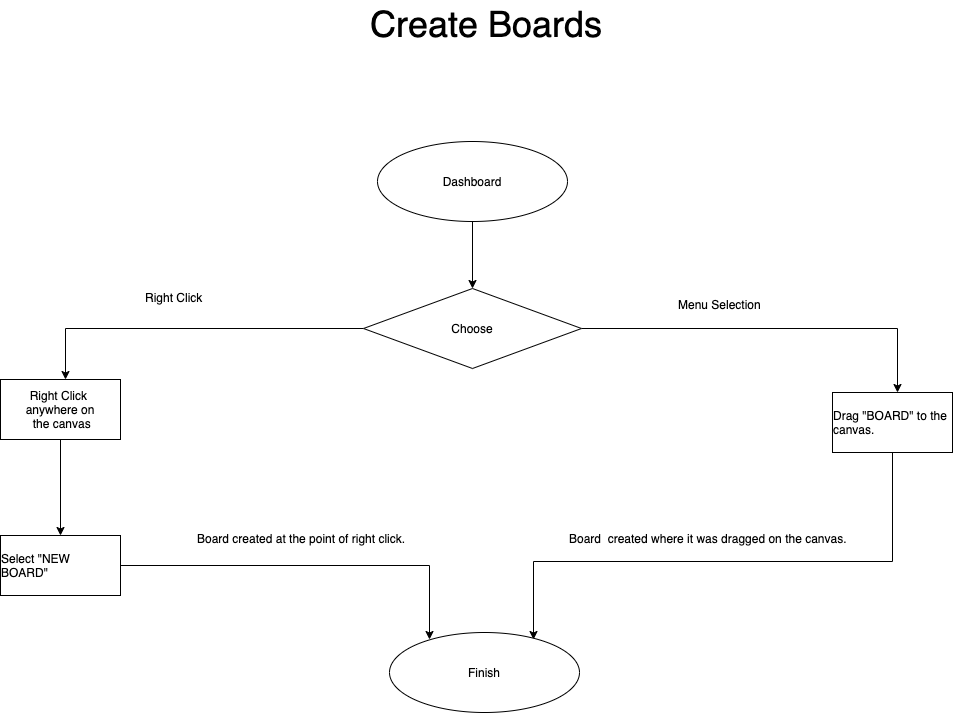
This is images/00_ideaboard/UserFlows/Create Boards.png from Tgitsit/Portfolio, a draw.io export, as it was before one commit. Source tidied: cells renumbered, new cells last; positions are measured from the earlier drawing's top-left corner, leaving out a move shared by most shapes. Source of this version:
```xml
<mxGraphModel>
  <root>
    <mxCell id="0" />
    <mxCell id="1" parent="0" />
    <mxCell id="2" style="edgeStyle=orthogonalEdgeStyle;rounded=0;jettySize=auto;html=1;entryX=0.5;entryY=0;entryDx=0;entryDy=0;" parent="1" edge="1" source="3" target="6">
      <mxGeometry relative="1" as="geometry" />
    </mxCell>
    <mxCell id="3" value="Dashboard" style="ellipse;whiteSpace=wrap;html=1;" parent="1" vertex="1">
      <mxGeometry x="377" y="141" width="190" height="80" as="geometry" />
    </mxCell>
    <mxCell id="4" style="edgeStyle=orthogonalEdgeStyle;rounded=0;jettySize=auto;html=1;" parent="1" edge="1" source="6">
      <mxGeometry relative="1" as="geometry">
        <mxPoint x="65" y="379" as="targetPoint" />
      </mxGeometry>
    </mxCell>
    <mxCell id="5" style="edgeStyle=orthogonalEdgeStyle;rounded=0;jettySize=auto;html=1;" parent="1" edge="1" source="6">
      <mxGeometry relative="1" as="geometry">
        <mxPoint x="897" y="392" as="targetPoint" />
      </mxGeometry>
    </mxCell>
    <mxCell id="6" value="Choose" style="rhombus;whiteSpace=wrap;html=1;" parent="1" vertex="1">
      <mxGeometry x="363" y="288" width="218" height="80" as="geometry" />
    </mxCell>
    <mxCell id="7" value="Right Click" style="text;html=1;align=left;verticalAlign=top;spacingTop=-4;" parent="1" vertex="1">
      <mxGeometry x="143" y="288" width="104" height="13" as="geometry" />
    </mxCell>
    <mxCell id="8" value="Menu Selection" style="text;html=1;align=left;verticalAlign=top;spacingTop=-4;" parent="1" vertex="1">
      <mxGeometry x="676" y="294.5" width="143" height="13" as="geometry" />
    </mxCell>
    <mxCell id="9" style="edgeStyle=orthogonalEdgeStyle;rounded=0;jettySize=auto;html=1;" parent="1" edge="1" source="10">
      <mxGeometry relative="1" as="geometry">
        <mxPoint x="60" y="535" as="targetPoint" />
      </mxGeometry>
    </mxCell>
    <mxCell id="10" value="&lt;span style=&quot;text-align: left&quot;&gt;Right Click&amp;nbsp;&lt;/span&gt;&lt;br style=&quot;text-align: left&quot;&gt;&lt;span style=&quot;text-align: left&quot;&gt;anywhere on&lt;/span&gt;&lt;br style=&quot;text-align: left&quot;&gt;&lt;span style=&quot;text-align: left&quot;&gt;&amp;nbsp;the canvas&lt;/span&gt;" style="rounded=0;whiteSpace=wrap;html=1;" parent="1" vertex="1">
      <mxGeometry y="379" width="120" height="60" as="geometry" />
    </mxCell>
    <mxCell id="11" style="edgeStyle=orthogonalEdgeStyle;rounded=0;jettySize=auto;html=1;" parent="1" edge="1" source="12">
      <mxGeometry relative="1" as="geometry">
        <mxPoint x="533" y="639" as="targetPoint" />
        <Array as="points">
          <mxPoint x="892" y="561" />
          <mxPoint x="533" y="561" />
        </Array>
      </mxGeometry>
    </mxCell>
    <mxCell id="12" value="&lt;div style=&quot;text-align: left&quot;&gt;&lt;span&gt;Drag &quot;BOARD&quot; to the canvas.&lt;/span&gt;&lt;/div&gt;" style="rounded=0;whiteSpace=wrap;html=1;" parent="1" vertex="1">
      <mxGeometry x="832" y="392" width="120" height="60" as="geometry" />
    </mxCell>
    <mxCell id="13" style="edgeStyle=orthogonalEdgeStyle;rounded=0;jettySize=auto;html=1;" parent="1" edge="1" source="14">
      <mxGeometry relative="1" as="geometry">
        <mxPoint x="429" y="639" as="targetPoint" />
      </mxGeometry>
    </mxCell>
    <mxCell id="14" value="&lt;div style=&quot;text-align: left&quot;&gt;&lt;span&gt;Select &quot;NEW BOARD&quot;&lt;/span&gt;&lt;/div&gt;" style="rounded=0;whiteSpace=wrap;html=1;" parent="1" vertex="1">
      <mxGeometry y="535" width="120" height="60" as="geometry" />
    </mxCell>
    <mxCell id="15" value="Board created at the point of right click." style="text;html=1;align=left;verticalAlign=top;spacingTop=-4;" parent="1" vertex="1">
      <mxGeometry x="195" y="529" width="260" height="13" as="geometry" />
    </mxCell>
    <mxCell id="16" value="Board&amp;nbsp; created where it was dragged on the canvas." style="text;html=1;align=left;verticalAlign=top;spacingTop=-4;" parent="1" vertex="1">
      <mxGeometry x="567" y="529" width="338" height="13" as="geometry" />
    </mxCell>
    <mxCell id="17" value="Finish" style="ellipse;whiteSpace=wrap;html=1;" parent="1" vertex="1">
      <mxGeometry x="389" y="632" width="190" height="80" as="geometry" />
    </mxCell>
    <mxCell id="18" value="Create Boards" style="text;html=1;align=left;verticalAlign=top;spacingTop=-4;fontSize=36;" parent="1" vertex="1">
      <mxGeometry x="368" width="247" height="39" as="geometry" />
    </mxCell>
  </root>
</mxGraphModel>
```
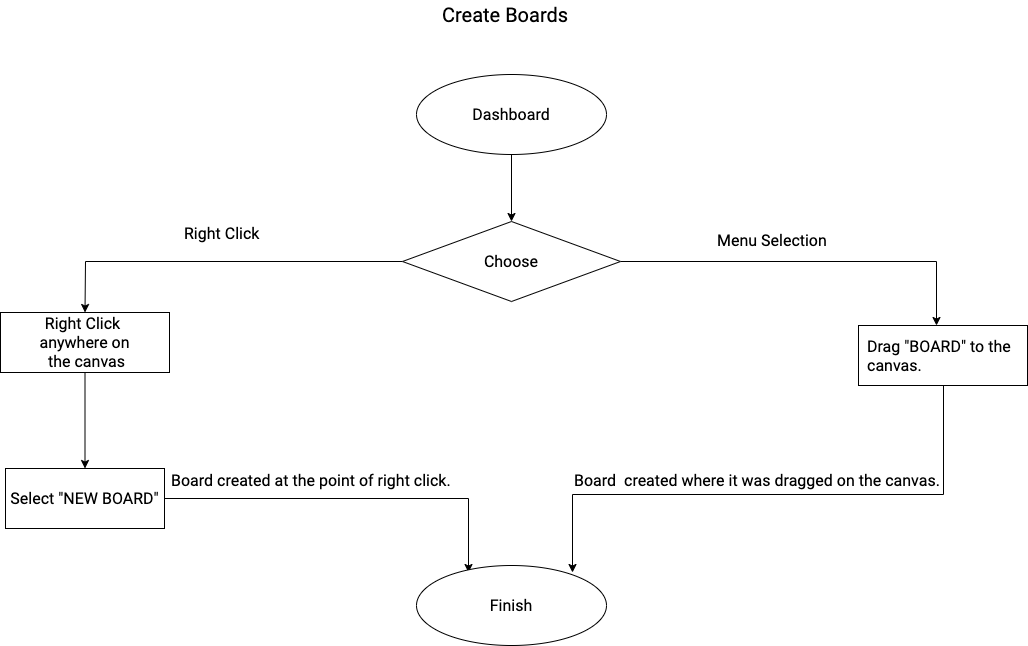
The same file after the commit.

The edit, as a diff of the source:
```diff
@@ -2,70 +2,66 @@
   <root>
     <mxCell id="0" />
     <mxCell id="1" parent="0" />
-    <mxCell id="2" style="edgeStyle=orthogonalEdgeStyle;rounded=0;jettySize=auto;html=1;entryX=0.5;entryY=0;entryDx=0;entryDy=0;" parent="1" edge="1" source="3" target="6">
+    <mxCell id="2" style="edgeStyle=orthogonalEdgeStyle;rounded=0;jettySize=auto;html=1;entryX=0.5;entryY=0;entryDx=0;entryDy=0;fontFamily=Roboto;fontSize=16;" parent="1" edge="1" source="3" target="6">
       <mxGeometry relative="1" as="geometry" />
     </mxCell>
-    <mxCell id="3" value="Dashboard" style="ellipse;whiteSpace=wrap;html=1;" parent="1" vertex="1">
-      <mxGeometry x="377" y="141" width="190" height="80" as="geometry" />
+    <mxCell id="3" value="Dashboard" style="ellipse;whiteSpace=wrap;html=1;fontFamily=Roboto;fontSize=16;" parent="1" vertex="1">
+      <mxGeometry x="377" y="115" width="190" height="80" as="geometry" />
     </mxCell>
-    <mxCell id="4" style="edgeStyle=orthogonalEdgeStyle;rounded=0;jettySize=auto;html=1;" parent="1" edge="1" source="6">
-      <mxGeometry relative="1" as="geometry">
-        <mxPoint x="65" y="379" as="targetPoint" />
-      </mxGeometry>
+    <mxCell id="4" style="edgeStyle=orthogonalEdgeStyle;rounded=0;jettySize=auto;html=1;fontFamily=Roboto;fontSize=16;entryX=0.5;entryY=0;entryDx=0;entryDy=0;" parent="1" edge="1" source="6" target="10">
+      <mxGeometry relative="1" as="geometry" />
     </mxCell>
-    <mxCell id="5" style="edgeStyle=orthogonalEdgeStyle;rounded=0;jettySize=auto;html=1;" parent="1" edge="1" source="6">
+    <mxCell id="5" style="edgeStyle=orthogonalEdgeStyle;rounded=0;jettySize=auto;html=1;fontFamily=Roboto;fontSize=16;" parent="1" edge="1" source="6">
       <mxGeometry relative="1" as="geometry">
-        <mxPoint x="897" y="392" as="targetPoint" />
+        <mxPoint x="897" y="366" as="targetPoint" />
       </mxGeometry>
     </mxCell>
-    <mxCell id="6" value="Choose" style="rhombus;whiteSpace=wrap;html=1;" parent="1" vertex="1">
-      <mxGeometry x="363" y="288" width="218" height="80" as="geometry" />
+    <mxCell id="6" value="Choose" style="rhombus;whiteSpace=wrap;html=1;fontFamily=Roboto;fontSize=16;" parent="1" vertex="1">
+      <mxGeometry x="363" y="262" width="218" height="80" as="geometry" />
     </mxCell>
-    <mxCell id="7" value="Right Click" style="text;html=1;align=left;verticalAlign=top;spacingTop=-4;" parent="1" vertex="1">
-      <mxGeometry x="143" y="288" width="104" height="13" as="geometry" />
+    <mxCell id="7" value="Right Click" style="text;html=1;align=left;verticalAlign=top;spacingTop=-4;fontFamily=Roboto;fontSize=16;" parent="1" vertex="1">
+      <mxGeometry x="143" y="262" width="91" height="26" as="geometry" />
     </mxCell>
-    <mxCell id="8" value="Menu Selection" style="text;html=1;align=left;verticalAlign=top;spacingTop=-4;" parent="1" vertex="1">
-      <mxGeometry x="676" y="294.5" width="143" height="13" as="geometry" />
+    <mxCell id="8" value="Menu Selection" style="text;html=1;align=left;verticalAlign=top;spacingTop=-4;fontFamily=Roboto;fontSize=16;" parent="1" vertex="1">
+      <mxGeometry x="676" y="268.5" width="130" height="26" as="geometry" />
     </mxCell>
-    <mxCell id="9" style="edgeStyle=orthogonalEdgeStyle;rounded=0;jettySize=auto;html=1;" parent="1" edge="1" source="10">
-      <mxGeometry relative="1" as="geometry">
-        <mxPoint x="60" y="535" as="targetPoint" />
-      </mxGeometry>
+    <mxCell id="9" style="edgeStyle=orthogonalEdgeStyle;rounded=0;jettySize=auto;html=1;fontFamily=Roboto;fontSize=16;entryX=0.5;entryY=0;entryDx=0;entryDy=0;exitX=0.5;exitY=1;exitDx=0;exitDy=0;" parent="1" edge="1" source="10" target="14">
+      <mxGeometry relative="1" as="geometry" />
     </mxCell>
-    <mxCell id="10" value="&lt;span style=&quot;text-align: left&quot;&gt;Right Click&amp;nbsp;&lt;/span&gt;&lt;br style=&quot;text-align: left&quot;&gt;&lt;span style=&quot;text-align: left&quot;&gt;anywhere on&lt;/span&gt;&lt;br style=&quot;text-align: left&quot;&gt;&lt;span style=&quot;text-align: left&quot;&gt;&amp;nbsp;the canvas&lt;/span&gt;" style="rounded=0;whiteSpace=wrap;html=1;" parent="1" vertex="1">
-      <mxGeometry y="379" width="120" height="60" as="geometry" />
+    <mxCell id="10" value="&lt;span style=&quot;text-align: left; font-size: 16px;&quot;&gt;Right Click&amp;nbsp;&lt;/span&gt;&lt;br style=&quot;text-align: left; font-size: 16px;&quot;&gt;&lt;span style=&quot;text-align: left; font-size: 16px;&quot;&gt;anywhere on&lt;/span&gt;&lt;br style=&quot;text-align: left; font-size: 16px;&quot;&gt;&lt;span style=&quot;text-align: left; font-size: 16px;&quot;&gt;&amp;nbsp;the canvas&lt;/span&gt;" style="rounded=0;whiteSpace=wrap;html=1;fontFamily=Roboto;fontSize=16;spacing=10;" parent="1" vertex="1">
+      <mxGeometry x="-39" y="353" width="169" height="60" as="geometry" />
     </mxCell>
-    <mxCell id="11" style="edgeStyle=orthogonalEdgeStyle;rounded=0;jettySize=auto;html=1;" parent="1" edge="1" source="12">
+    <mxCell id="11" style="edgeStyle=orthogonalEdgeStyle;rounded=0;jettySize=auto;html=1;fontFamily=Roboto;fontSize=16;exitX=0.5;exitY=1;exitDx=0;exitDy=0;" parent="1" edge="1" source="12">
       <mxGeometry relative="1" as="geometry">
-        <mxPoint x="533" y="639" as="targetPoint" />
+        <mxPoint x="533" y="613" as="targetPoint" />
         <Array as="points">
-          <mxPoint x="892" y="561" />
-          <mxPoint x="533" y="561" />
+          <mxPoint x="904" y="535" />
+          <mxPoint x="533" y="535" />
         </Array>
       </mxGeometry>
     </mxCell>
-    <mxCell id="12" value="&lt;div style=&quot;text-align: left&quot;&gt;&lt;span&gt;Drag &quot;BOARD&quot; to the canvas.&lt;/span&gt;&lt;/div&gt;" style="rounded=0;whiteSpace=wrap;html=1;" parent="1" vertex="1">
-      <mxGeometry x="832" y="392" width="120" height="60" as="geometry" />
+    <mxCell id="12" value="&lt;div style=&quot;text-align: left; font-size: 16px;&quot;&gt;&lt;span style=&quot;font-size: 16px;&quot;&gt;Drag &quot;BOARD&quot; to the canvas.&lt;/span&gt;&lt;/div&gt;" style="rounded=0;html=1;fontFamily=Roboto;fontSize=16;whiteSpace=wrap;labelBorderColor=none;labelBackgroundColor=none;spacing=10;" parent="1" vertex="1">
+      <mxGeometry x="819" y="366" width="169" height="60" as="geometry" />
     </mxCell>
-    <mxCell id="13" style="edgeStyle=orthogonalEdgeStyle;rounded=0;jettySize=auto;html=1;" parent="1" edge="1" source="14">
+    <mxCell id="13" style="edgeStyle=orthogonalEdgeStyle;rounded=0;jettySize=auto;html=1;fontFamily=Roboto;fontSize=16;" parent="1" edge="1" source="14">
       <mxGeometry relative="1" as="geometry">
-        <mxPoint x="429" y="639" as="targetPoint" />
+        <mxPoint x="429" y="613" as="targetPoint" />
       </mxGeometry>
     </mxCell>
-    <mxCell id="14" value="&lt;div style=&quot;text-align: left&quot;&gt;&lt;span&gt;Select &quot;NEW BOARD&quot;&lt;/span&gt;&lt;/div&gt;" style="rounded=0;whiteSpace=wrap;html=1;" parent="1" vertex="1">
-      <mxGeometry y="535" width="120" height="60" as="geometry" />
+    <mxCell id="14" value="&lt;div style=&quot;text-align: left; font-size: 16px;&quot;&gt;&lt;span style=&quot;font-size: 16px;&quot;&gt;Select &quot;NEW BOARD&quot;&lt;/span&gt;&lt;/div&gt;" style="rounded=0;whiteSpace=wrap;html=1;fontFamily=Roboto;fontSize=16;" parent="1" vertex="1">
+      <mxGeometry x="-34" y="509" width="159" height="60" as="geometry" />
     </mxCell>
-    <mxCell id="15" value="Board created at the point of right click." style="text;html=1;align=left;verticalAlign=top;spacingTop=-4;" parent="1" vertex="1">
-      <mxGeometry x="195" y="529" width="260" height="13" as="geometry" />
+    <mxCell id="15" value="Board created at the point of right click." style="text;html=1;align=left;verticalAlign=top;spacingTop=-4;fontFamily=Roboto;fontSize=16;" parent="1" vertex="1">
+      <mxGeometry x="130" y="509" width="299" height="26" as="geometry" />
     </mxCell>
-    <mxCell id="16" value="Board&amp;nbsp; created where it was dragged on the canvas." style="text;html=1;align=left;verticalAlign=top;spacingTop=-4;" parent="1" vertex="1">
-      <mxGeometry x="567" y="529" width="338" height="13" as="geometry" />
+    <mxCell id="16" value="Board&amp;nbsp; created where it was dragged on the canvas." style="text;html=1;align=left;verticalAlign=top;spacingTop=-4;fontFamily=Roboto;fontSize=16;" parent="1" vertex="1">
+      <mxGeometry x="533" y="509" width="390" height="26" as="geometry" />
     </mxCell>
-    <mxCell id="17" value="Finish" style="ellipse;whiteSpace=wrap;html=1;" parent="1" vertex="1">
-      <mxGeometry x="389" y="632" width="190" height="80" as="geometry" />
+    <mxCell id="17" value="Finish" style="ellipse;whiteSpace=wrap;html=1;fontFamily=Roboto;fontSize=16;" parent="1" vertex="1">
+      <mxGeometry x="377" y="606" width="190" height="80" as="geometry" />
     </mxCell>
-    <mxCell id="18" value="Create Boards" style="text;html=1;align=left;verticalAlign=top;spacingTop=-4;fontSize=36;" parent="1" vertex="1">
-      <mxGeometry x="368" width="247" height="39" as="geometry" />
+    <mxCell id="18" value="Create Boards" style="text;html=1;align=left;verticalAlign=top;spacingTop=-4;fontSize=20;fontFamily=Roboto;" parent="1" vertex="1">
+      <mxGeometry x="400.5" y="41" width="143" height="26" as="geometry" />
     </mxCell>
   </root>
 </mxGraphModel>
```
